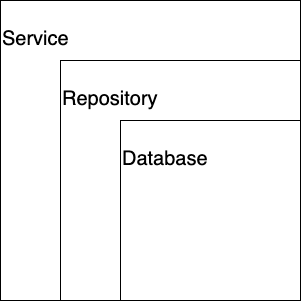
The draw.io diagram misc/client_architecture.png in MauricioGZ/GRPC-GO, before a commit. Source tidied: cells renumbered, new cells last; positions are measured from the earlier drawing's top-left corner, leaving out a move shared by most shapes.
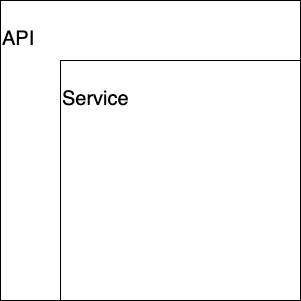
The same diagram one commit later.

Commit message:
client architecture diagram updated

The edit, as a diff of the source:
```diff
@@ -2,14 +2,11 @@
   <root>
     <mxCell id="0" />
     <mxCell id="1" parent="0" />
-    <mxCell id="2" value="&lt;p style=&quot;line-height: 120%; font-size: 20px;&quot;&gt;Service&lt;/p&gt;" style="whiteSpace=wrap;html=1;align=left;verticalAlign=top;spacing=2;" parent="1" vertex="1">
+    <mxCell id="2" value="&lt;p style=&quot;line-height: 120%; font-size: 20px;&quot;&gt;API&lt;/p&gt;" style="whiteSpace=wrap;html=1;align=left;verticalAlign=top;spacing=2;" parent="1" vertex="1">
       <mxGeometry width="300" height="300" as="geometry" />
     </mxCell>
-    <mxCell id="3" value="&lt;p style=&quot;line-height: 120%; font-size: 20px;&quot;&gt;Repository&lt;/p&gt;" style="whiteSpace=wrap;html=1;align=left;verticalAlign=top;spacing=2;" parent="1" vertex="1">
+    <mxCell id="3" value="&lt;p style=&quot;line-height: 120%; font-size: 20px;&quot;&gt;Service&lt;/p&gt;" style="whiteSpace=wrap;html=1;align=left;verticalAlign=top;spacing=2;" parent="1" vertex="1">
       <mxGeometry x="60" y="60" width="240" height="240" as="geometry" />
     </mxCell>
-    <mxCell id="4" value="&lt;p style=&quot;line-height: 120%; font-size: 20px;&quot;&gt;Database&lt;/p&gt;" style="whiteSpace=wrap;html=1;align=left;verticalAlign=top;spacing=2;" parent="1" vertex="1">
-      <mxGeometry x="120" y="120" width="180" height="180" as="geometry" />
-    </mxCell>
   </root>
 </mxGraphModel>
```
